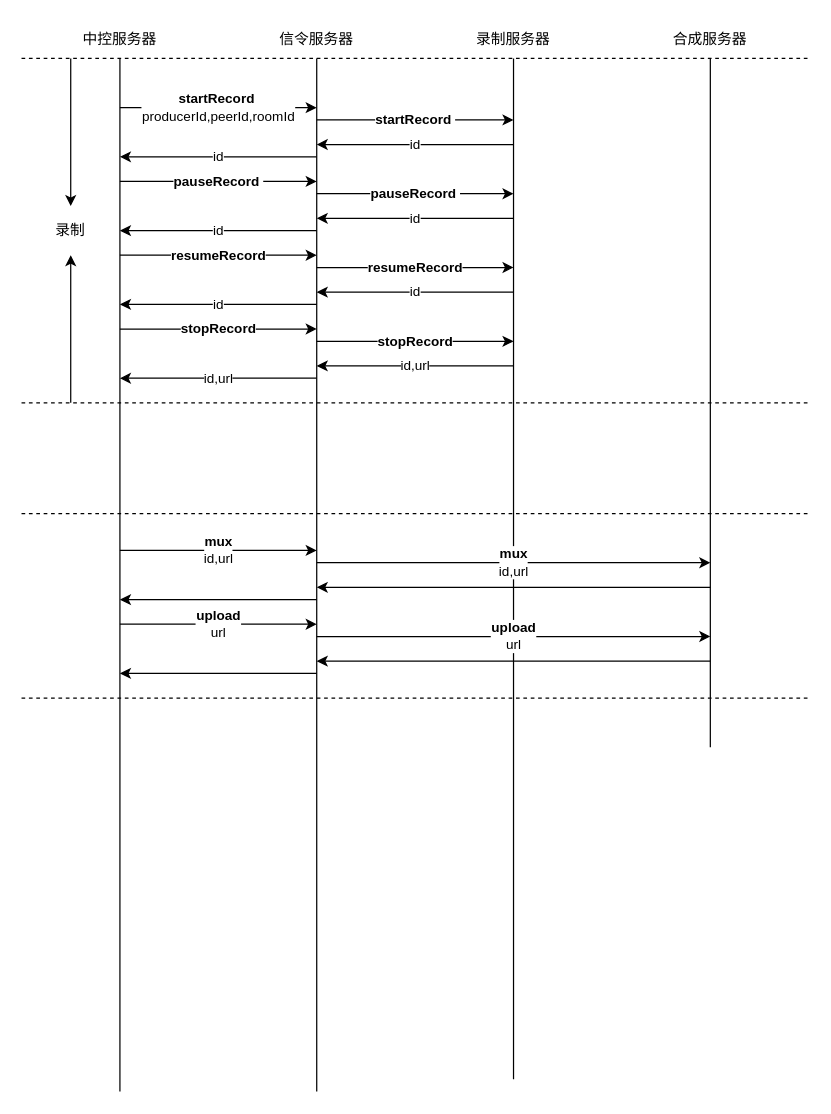
Before: page "Page-1" (1 of 2) of Diagram3.drawio in craterone/imgs, a draw.io diagram. Source tidied: cells renumbered, new cells numbered last; positions are measured from the earlier drawing's top-left corner, leaving out a move shared by most shapes. Both pictures are drawn from the tidied source at 123%, with x=0, y=0 at pixel (21, 21).
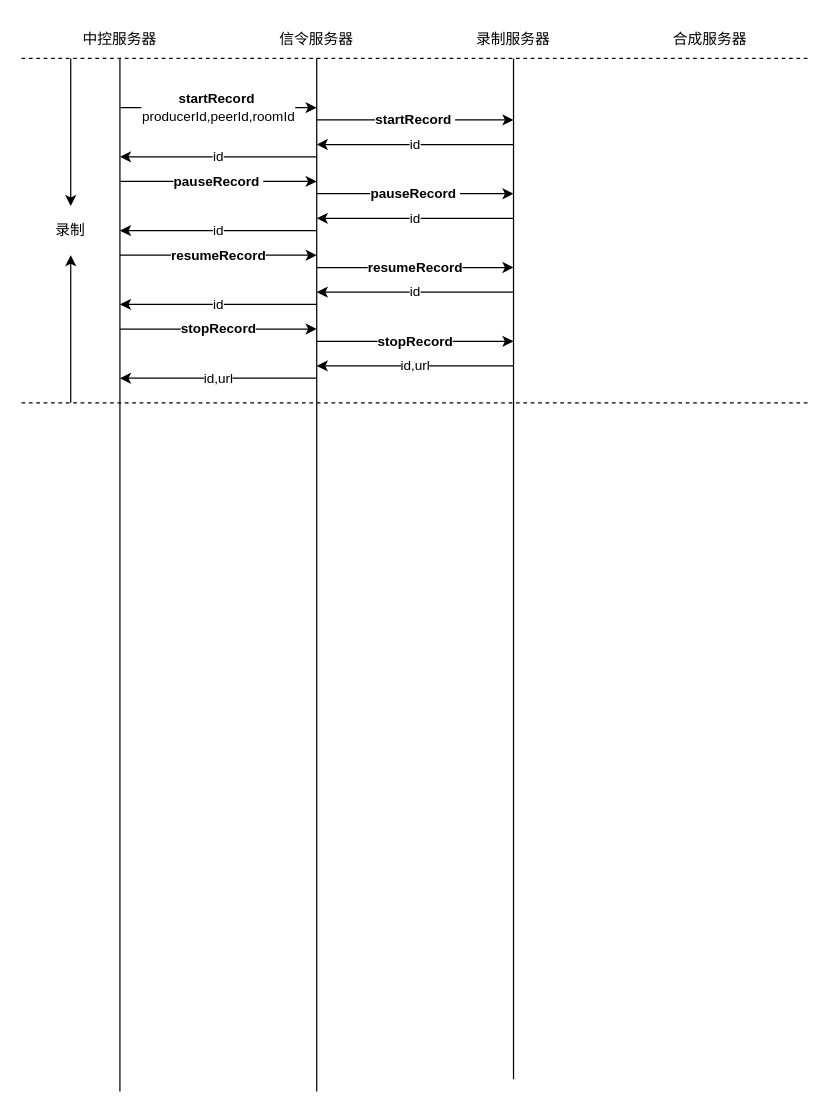
The same page after the edit.

The edit, as a diff of the source:
```diff
@@
-    <mxCell id="25" style="endArrow=none;html=1;rounded=0;" parent="1" edge="1">
-      <mxGeometry relative="1" as="geometry">
-        <mxPoint x="560" y="590" as="sourcePoint" />
-        <mxPoint x="560" y="30" as="targetPoint" />
-      </mxGeometry>
-    </mxCell>
@@
-    <mxCell id="32" style="endArrow=none;dashed=1;html=1;rounded=0;" parent="1" edge="1">
-      <mxGeometry relative="1" as="geometry">
-        <mxPoint y="550" as="sourcePoint" />
-        <mxPoint x="640" y="550" as="targetPoint" />
-      </mxGeometry>
-    </mxCell>
-    <mxCell id="33" value="&lt;b&gt;mux&lt;/b&gt;&lt;br&gt;id,url" style="endArrow=classic;html=1;rounded=0;" parent="1" edge="1">
-      <mxGeometry relative="1" as="geometry">
-        <mxPoint x="80" y="430" as="sourcePoint" />
-        <mxPoint x="240" y="430" as="targetPoint" />
-      </mxGeometry>
-    </mxCell>
-    <mxCell id="34" value="&lt;b&gt;mux&lt;/b&gt;&lt;br&gt;id,url" style="endArrow=classic;html=1;rounded=0;" parent="1" edge="1">
-      <mxGeometry relative="1" as="geometry">
-        <mxPoint x="240" y="440" as="sourcePoint" />
-        <mxPoint x="560" y="440" as="targetPoint" />
-      </mxGeometry>
-    </mxCell>
-    <mxCell id="35" style="endArrow=classic;html=1;rounded=0;" parent="1" edge="1">
-      <mxGeometry relative="1" as="geometry">
-        <mxPoint x="560" y="460" as="sourcePoint" />
-        <mxPoint x="240" y="460" as="targetPoint" />
-      </mxGeometry>
-    </mxCell>
-    <mxCell id="36" style="endArrow=classic;html=1;rounded=0;" parent="1" edge="1">
-      <mxGeometry relative="1" as="geometry">
-        <mxPoint x="240" y="470" as="sourcePoint" />
-        <mxPoint x="80" y="470" as="targetPoint" />
-      </mxGeometry>
-    </mxCell>
-    <mxCell id="37" value="&lt;b&gt;upload&lt;/b&gt;&lt;br&gt;url" style="endArrow=classic;html=1;rounded=0;" parent="1" edge="1">
-      <mxGeometry relative="1" as="geometry">
-        <mxPoint x="80" y="490" as="sourcePoint" />
-        <mxPoint x="240" y="490" as="targetPoint" />
-      </mxGeometry>
-    </mxCell>
-    <mxCell id="38" value="&lt;b&gt;upload&lt;/b&gt;&lt;br&gt;url" style="endArrow=classic;html=1;rounded=0;" parent="1" edge="1">
-      <mxGeometry relative="1" as="geometry">
-        <mxPoint x="240" y="500" as="sourcePoint" />
-        <mxPoint x="560" y="500" as="targetPoint" />
-      </mxGeometry>
-    </mxCell>
-    <mxCell id="39" style="endArrow=classic;html=1;rounded=0;" parent="1" edge="1">
-      <mxGeometry relative="1" as="geometry">
-        <mxPoint x="560" y="520" as="sourcePoint" />
-        <mxPoint x="240" y="520" as="targetPoint" />
-      </mxGeometry>
-    </mxCell>
-    <mxCell id="40" style="endArrow=classic;html=1;rounded=0;" parent="1" edge="1">
-      <mxGeometry relative="1" as="geometry">
-        <mxPoint x="240" y="530" as="sourcePoint" />
-        <mxPoint x="80" y="530" as="targetPoint" />
-      </mxGeometry>
-    </mxCell>
-    <mxCell id="41" style="endArrow=none;dashed=1;html=1;rounded=0;" parent="1" edge="1">
-      <mxGeometry relative="1" as="geometry">
-        <mxPoint y="400" as="sourcePoint" />
-        <mxPoint x="640" y="400" as="targetPoint" />
-      </mxGeometry>
-    </mxCell>
```
